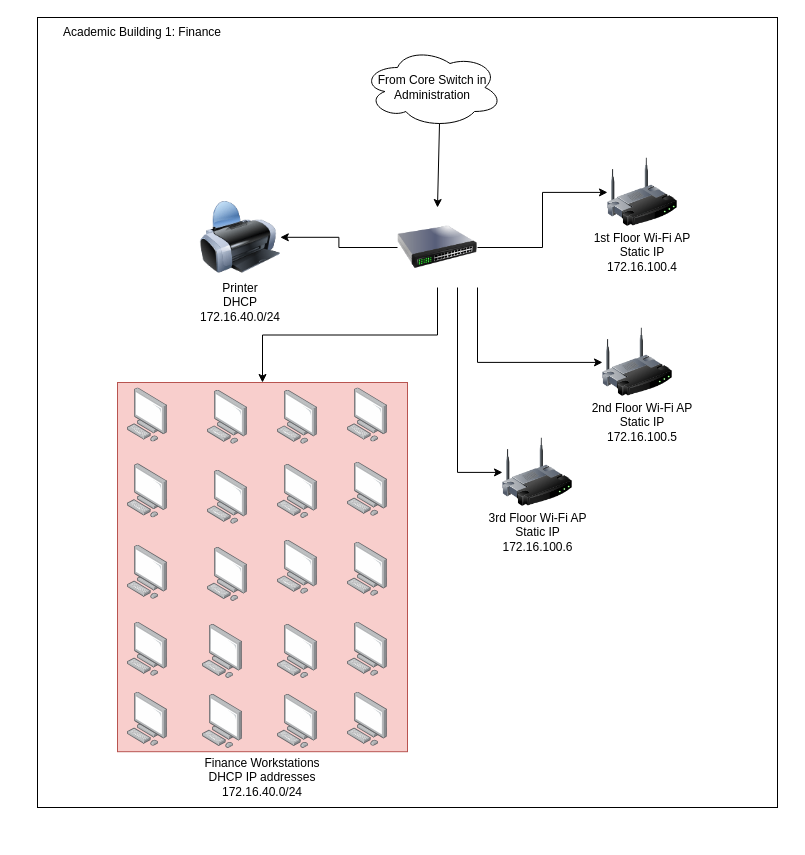
This is AcademicBldg2.drawio from rizzle197/Network-Diagrams, a draw.io file, before an edit. Source tidied: cells renumbered, new cells numbered last; positions are measured from the earlier drawing's top-left corner, leaving out a move shared by most shapes. Both pictures are drawn from the tidied source at 100%, with x=0, y=0 at pixel (17, 17).
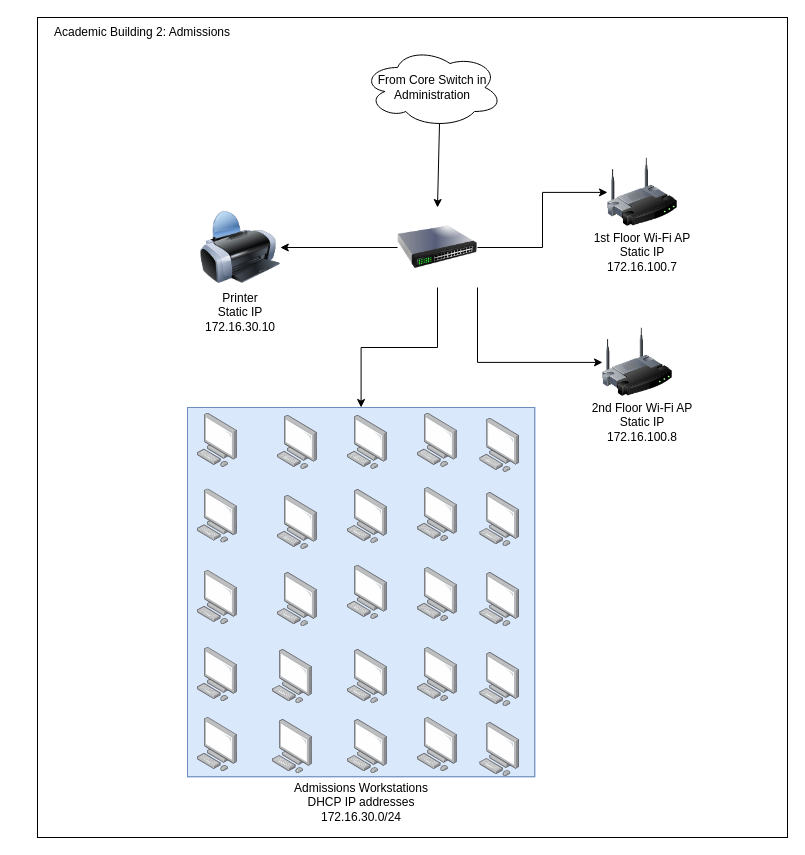
After the change.

The change refers to these unchanged cells:
```xml
<mxCell id="10" style="image;html=1;image=img/lib/clip_art/networking/Switch_128x128.png;" parent="1" vertex="1">
  <mxGeometry x="380" y="190" width="80" height="80" as="geometry" />
</mxCell>
```

Diff of the diagram source:
```diff
@@
-    <mxCell id="2" style="rounded=0;whiteSpace=wrap;html=1;" parent="1" vertex="1">
-      <mxGeometry x="20" width="740" height="790" as="geometry" />
-    </mxCell>
+    <mxCell id="43" style="rounded=0;whiteSpace=wrap;html=1;" parent="1" vertex="1">
+      <mxGeometry x="20" width="750" height="820" as="geometry" />
+    </mxCell>
-    <mxCell id="3" value="Academic Building 1: Finance" style="text;html=1;whiteSpace=wrap;strokeColor=none;fillColor=none;align=center;verticalAlign=middle;rounded=0;" parent="1" vertex="1">
+    <mxCell id="3" value="Academic Building 2: Admissions" style="text;html=1;whiteSpace=wrap;strokeColor=none;fillColor=none;align=center;verticalAlign=middle;rounded=0;" parent="1" vertex="1">
       <mxGeometry width="250" height="30" as="geometry" />
     </mxCell>
@@
-    <mxCell id="9" style="edgeStyle=orthogonalEdgeStyle;rounded=0;jettySize=auto;html=1;exitX=0.75;exitY=1;exitDx=0;exitDy=0;entryX=0;entryY=0.5;entryDx=0;entryDy=0;" parent="1" edge="1" source="10" target="41">
-      <mxGeometry relative="1" as="geometry" />
-    </mxCell>
@@
     <mxCell id="11" style="image;html=1;image=img/lib/clip_art/computers/Printer_128x128.png;" parent="1" vertex="1">
-      <mxGeometry x="182.8" y="179.8" width="80" height="80" as="geometry" />
+      <mxGeometry x="182.8" y="190" width="80" height="80" as="geometry" />
     </mxCell>
@@
-    <mxCell id="13" style="group;" parent="1" vertex="1">
-      <mxGeometry x="100" y="365" width="290" height="369.2" as="geometry" />
-    </mxCell>
+    <mxCell id="35" style="edgeStyle=orthogonalEdgeStyle;rounded=0;jettySize=auto;html=1;entryX=0.5;entryY=0;entryDx=0;entryDy=0;" parent="1" edge="1" source="10" target="14">
+      <mxGeometry relative="1" as="geometry" />
+    </mxCell>
+    <mxCell id="36" value="Admissions Workstations&lt;div&gt;DHCP IP addresses&lt;/div&gt;&lt;div&gt;172.16.30.0/24&lt;/div&gt;" style="text;html=1;whiteSpace=wrap;strokeColor=none;fillColor=none;align=center;verticalAlign=middle;rounded=0;" parent="1" vertex="1">
+      <mxGeometry x="198.6" y="759.2" width="290" height="50.8" as="geometry" />
+    </mxCell>
+    <mxCell id="37" value="Printer&lt;div&gt;Static IP&lt;/div&gt;&lt;div&gt;172.16.30.10&lt;/div&gt;" style="text;html=1;whiteSpace=wrap;strokeColor=none;fillColor=none;align=center;verticalAlign=middle;rounded=0;" parent="1" vertex="1">
+      <mxGeometry x="192.8" y="280.2" width="60" height="30" as="geometry" />
+    </mxCell>
+    <mxCell id="38" value="1st Floor Wi-Fi AP&lt;div&gt;Static IP&lt;/div&gt;&lt;div&gt;172.16.100.7&lt;/div&gt;" style="text;html=1;whiteSpace=wrap;strokeColor=none;fillColor=none;align=center;verticalAlign=middle;rounded=0;" parent="1" vertex="1">
+      <mxGeometry x="570" y="220" width="110" height="30" as="geometry" />
+    </mxCell>
+    <mxCell id="39" style="image;html=1;image=img/lib/clip_art/networking/Wireless_Router_128x128.png;" parent="1" vertex="1">
+      <mxGeometry x="585" y="310" width="70" height="69.8" as="geometry" />
+    </mxCell>
+    <mxCell id="40" value="2nd Floor Wi-Fi AP&lt;div&gt;Static IP&lt;/div&gt;&lt;div&gt;172.16.100.8&lt;/div&gt;" style="text;html=1;whiteSpace=wrap;strokeColor=none;fillColor=none;align=center;verticalAlign=middle;rounded=0;" parent="1" vertex="1">
+      <mxGeometry x="570" y="390" width="110" height="30" as="geometry" />
+    </mxCell>
+    <mxCell id="44" style="group;" parent="1" vertex="1">
+      <mxGeometry x="170" y="390" width="347.2" height="369.2" as="geometry" />
+    </mxCell>
+    <mxCell id="45" style="group;fillColor=#dae8fc;strokeColor=#6c8ebf;" parent="44" vertex="1">
+      <mxGeometry width="347.2" height="369.2" as="geometry" />
+    </mxCell>
-    <mxCell id="14" style="rounded=0;whiteSpace=wrap;html=1;fillColor=#f8cecc;strokeColor=#b85450;" parent="13" vertex="1">
-      <mxGeometry width="290" height="369.2" as="geometry" />
+    <mxCell id="14" style="rounded=0;whiteSpace=wrap;html=1;fillColor=#dae8fc;strokeColor=#6c8ebf;" parent="44" vertex="1">
+      <mxGeometry width="347.2" height="369.2" as="geometry" />
     </mxCell>
-    <mxCell id="15" style="image;html=1;align=center;shadow=0;dashed=0;image=img/lib/allied_telesis/computer_and_terminals/Personal_Computer.svg;" parent="13" vertex="1">
-      <mxGeometry x="160" y="311.7" width="40" height="54.2" as="geometry" />
+    <mxCell id="15" style="image;html=1;align=center;shadow=0;dashed=0;image=img/lib/allied_telesis/computer_and_terminals/Personal_Computer.svg;fillColor=#dae8fc;strokeColor=#6c8ebf;" parent="44" vertex="1">
+      <mxGeometry x="160" y="312" width="40" height="54.2" as="geometry" />
     </mxCell>
-    <mxCell id="16" style="image;html=1;align=center;shadow=0;dashed=0;image=img/lib/allied_telesis/computer_and_terminals/Personal_Computer.svg;" parent="13" vertex="1">
-      <mxGeometry x="160" y="157.5" width="40" height="54.2" as="geometry" />
+    <mxCell id="16" style="image;html=1;align=center;shadow=0;dashed=0;image=img/lib/allied_telesis/computer_and_terminals/Personal_Computer.svg;fillColor=#dae8fc;strokeColor=#6c8ebf;" parent="44" vertex="1">
+      <mxGeometry x="160" y="157.8" width="40" height="54.2" as="geometry" />
     </mxCell>
-    <mxCell id="17" style="image;html=1;align=center;shadow=0;dashed=0;image=img/lib/allied_telesis/computer_and_terminals/Personal_Computer.svg;" parent="13" vertex="1">
-      <mxGeometry x="230" y="79.6" width="40" height="54.2" as="geometry" />
+    <mxCell id="17" style="image;html=1;align=center;shadow=0;dashed=0;image=img/lib/allied_telesis/computer_and_terminals/Personal_Computer.svg;fillColor=#dae8fc;strokeColor=#6c8ebf;" parent="44" vertex="1">
+      <mxGeometry x="230" y="79.9" width="40" height="54.2" as="geometry" />
     </mxCell>
-    <mxCell id="18" style="image;html=1;align=center;shadow=0;dashed=0;image=img/lib/allied_telesis/computer_and_terminals/Personal_Computer.svg;" parent="13" vertex="1">
-      <mxGeometry x="230" y="159.6" width="40" height="54.2" as="geometry" />
+    <mxCell id="18" style="image;html=1;align=center;shadow=0;dashed=0;image=img/lib/allied_telesis/computer_and_terminals/Personal_Computer.svg;fillColor=#dae8fc;strokeColor=#6c8ebf;" parent="44" vertex="1">
+      <mxGeometry x="230" y="159.9" width="40" height="54.2" as="geometry" />
     </mxCell>
-    <mxCell id="19" style="image;html=1;align=center;shadow=0;dashed=0;image=img/lib/allied_telesis/computer_and_terminals/Personal_Computer.svg;" parent="13" vertex="1">
-      <mxGeometry x="160" y="241.7" width="40" height="54.2" as="geometry" />
+    <mxCell id="19" style="image;html=1;align=center;shadow=0;dashed=0;image=img/lib/allied_telesis/computer_and_terminals/Personal_Computer.svg;fillColor=#dae8fc;strokeColor=#6c8ebf;" parent="44" vertex="1">
+      <mxGeometry x="160" y="242" width="40" height="54.2" as="geometry" />
     </mxCell>
-    <mxCell id="20" style="image;html=1;align=center;shadow=0;dashed=0;image=img/lib/allied_telesis/computer_and_terminals/Personal_Computer.svg;" parent="13" vertex="1">
-      <mxGeometry x="230" y="309.6" width="40" height="54.2" as="geometry" />
+    <mxCell id="20" style="image;html=1;align=center;shadow=0;dashed=0;image=img/lib/allied_telesis/computer_and_terminals/Personal_Computer.svg;fillColor=#dae8fc;strokeColor=#6c8ebf;" parent="44" vertex="1">
+      <mxGeometry x="230" y="309.9" width="40" height="54.2" as="geometry" />
     </mxCell>
-    <mxCell id="21" style="image;html=1;align=center;shadow=0;dashed=0;image=img/lib/allied_telesis/computer_and_terminals/Personal_Computer.svg;" parent="13" vertex="1">
-      <mxGeometry x="230" y="239.6" width="40" height="54.2" as="geometry" />
+    <mxCell id="21" style="image;html=1;align=center;shadow=0;dashed=0;image=img/lib/allied_telesis/computer_and_terminals/Personal_Computer.svg;fillColor=#dae8fc;strokeColor=#6c8ebf;" parent="44" vertex="1">
+      <mxGeometry x="230" y="239.9" width="40" height="54.2" as="geometry" />
     </mxCell>
-    <mxCell id="22" style="image;html=1;align=center;shadow=0;dashed=0;image=img/lib/allied_telesis/computer_and_terminals/Personal_Computer.svg;" parent="13" vertex="1">
-      <mxGeometry x="160" y="81.7" width="40" height="54.2" as="geometry" />
+    <mxCell id="22" style="image;html=1;align=center;shadow=0;dashed=0;image=img/lib/allied_telesis/computer_and_terminals/Personal_Computer.svg;fillColor=#dae8fc;strokeColor=#6c8ebf;" parent="44" vertex="1">
+      <mxGeometry x="160" y="82" width="40" height="54.2" as="geometry" />
     </mxCell>
-    <mxCell id="23" style="image;html=1;align=center;shadow=0;dashed=0;image=img/lib/allied_telesis/computer_and_terminals/Personal_Computer.svg;" parent="13" vertex="1">
-      <mxGeometry x="230" y="5.4" width="40" height="54.2" as="geometry" />
+    <mxCell id="23" style="image;html=1;align=center;shadow=0;dashed=0;image=img/lib/allied_telesis/computer_and_terminals/Personal_Computer.svg;fillColor=#dae8fc;strokeColor=#6c8ebf;" parent="44" vertex="1">
+      <mxGeometry x="230" y="5.7" width="40" height="54.2" as="geometry" />
     </mxCell>
-    <mxCell id="24" style="image;html=1;align=center;shadow=0;dashed=0;image=img/lib/allied_telesis/computer_and_terminals/Personal_Computer.svg;" parent="13" vertex="1">
-      <mxGeometry x="160" y="7.5" width="40" height="54.2" as="geometry" />
+    <mxCell id="24" style="image;html=1;align=center;shadow=0;dashed=0;image=img/lib/allied_telesis/computer_and_terminals/Personal_Computer.svg;fillColor=#dae8fc;strokeColor=#6c8ebf;" parent="44" vertex="1">
+      <mxGeometry x="160" y="7.8" width="40" height="54.2" as="geometry" />
     </mxCell>
-    <mxCell id="25" style="image;html=1;align=center;shadow=0;dashed=0;image=img/lib/allied_telesis/computer_and_terminals/Personal_Computer.svg;" parent="13" vertex="1">
-      <mxGeometry x="10" y="81.2" width="40" height="54.2" as="geometry" />
+    <mxCell id="25" style="image;html=1;align=center;shadow=0;dashed=0;image=img/lib/allied_telesis/computer_and_terminals/Personal_Computer.svg;fillColor=#dae8fc;strokeColor=#6c8ebf;" parent="44" vertex="1">
+      <mxGeometry x="10" y="81.4" width="40" height="54.2" as="geometry" />
     </mxCell>
-    <mxCell id="26" style="image;html=1;align=center;shadow=0;dashed=0;image=img/lib/allied_telesis/computer_and_terminals/Personal_Computer.svg;" parent="13" vertex="1">
-      <mxGeometry x="90" y="7.5" width="40" height="54.2" as="geometry" />
+    <mxCell id="26" style="image;html=1;align=center;shadow=0;dashed=0;image=img/lib/allied_telesis/computer_and_terminals/Personal_Computer.svg;fillColor=#dae8fc;strokeColor=#6c8ebf;" parent="44" vertex="1">
+      <mxGeometry x="90" y="7.8" width="40" height="54.2" as="geometry" />
     </mxCell>
-    <mxCell id="27" style="image;html=1;align=center;shadow=0;dashed=0;image=img/lib/allied_telesis/computer_and_terminals/Personal_Computer.svg;" parent="13" vertex="1">
-      <mxGeometry x="90" y="87.5" width="40" height="54.2" as="geometry" />
+    <mxCell id="27" style="image;html=1;align=center;shadow=0;dashed=0;image=img/lib/allied_telesis/computer_and_terminals/Personal_Computer.svg;fillColor=#dae8fc;strokeColor=#6c8ebf;" parent="44" vertex="1">
+      <mxGeometry x="90" y="87.8" width="40" height="54.2" as="geometry" />
     </mxCell>
-    <mxCell id="28" style="image;html=1;align=center;shadow=0;dashed=0;image=img/lib/allied_telesis/computer_and_terminals/Personal_Computer.svg;" parent="13" vertex="1">
-      <mxGeometry x="10" y="162.6" width="40" height="54.2" as="geometry" />
+    <mxCell id="28" style="image;html=1;align=center;shadow=0;dashed=0;image=img/lib/allied_telesis/computer_and_terminals/Personal_Computer.svg;fillColor=#dae8fc;strokeColor=#6c8ebf;" parent="44" vertex="1">
+      <mxGeometry x="10" y="162.9" width="40" height="54.2" as="geometry" />
     </mxCell>
-    <mxCell id="29" style="image;html=1;align=center;shadow=0;dashed=0;image=img/lib/allied_telesis/computer_and_terminals/Personal_Computer.svg;" parent="13" vertex="1">
-      <mxGeometry x="90" y="164.7" width="40" height="54.2" as="geometry" />
+    <mxCell id="29" style="image;html=1;align=center;shadow=0;dashed=0;image=img/lib/allied_telesis/computer_and_terminals/Personal_Computer.svg;fillColor=#dae8fc;strokeColor=#6c8ebf;" parent="44" vertex="1">
+      <mxGeometry x="90" y="165" width="40" height="54.2" as="geometry" />
     </mxCell>
-    <mxCell id="30" style="image;html=1;align=center;shadow=0;dashed=0;image=img/lib/allied_telesis/computer_and_terminals/Personal_Computer.svg;" parent="13" vertex="1">
-      <mxGeometry x="10" y="5.4" width="40" height="54.2" as="geometry" />
+    <mxCell id="30" style="image;html=1;align=center;shadow=0;dashed=0;image=img/lib/allied_telesis/computer_and_terminals/Personal_Computer.svg;fillColor=#dae8fc;strokeColor=#6c8ebf;" parent="44" vertex="1">
+      <mxGeometry x="10" y="5.7" width="40" height="54.2" as="geometry" />
     </mxCell>
-    <mxCell id="31" style="image;html=1;align=center;shadow=0;dashed=0;image=img/lib/allied_telesis/computer_and_terminals/Personal_Computer.svg;" parent="13" vertex="1">
-      <mxGeometry x="10" y="239.6" width="40" height="54.2" as="geometry" />
+    <mxCell id="31" style="image;html=1;align=center;shadow=0;dashed=0;image=img/lib/allied_telesis/computer_and_terminals/Personal_Computer.svg;fillColor=#dae8fc;strokeColor=#6c8ebf;" parent="44" vertex="1">
+      <mxGeometry x="10" y="239.9" width="40" height="54.2" as="geometry" />
     </mxCell>
-    <mxCell id="32" style="image;html=1;align=center;shadow=0;dashed=0;image=img/lib/allied_telesis/computer_and_terminals/Personal_Computer.svg;" parent="13" vertex="1">
-      <mxGeometry x="85" y="241.7" width="40" height="54.2" as="geometry" />
+    <mxCell id="32" style="image;html=1;align=center;shadow=0;dashed=0;image=img/lib/allied_telesis/computer_and_terminals/Personal_Computer.svg;fillColor=#dae8fc;strokeColor=#6c8ebf;" parent="44" vertex="1">
+      <mxGeometry x="85" y="242" width="40" height="54.2" as="geometry" />
     </mxCell>
-    <mxCell id="33" style="image;html=1;align=center;shadow=0;dashed=0;image=img/lib/allied_telesis/computer_and_terminals/Personal_Computer.svg;" parent="13" vertex="1">
-      <mxGeometry x="85" y="311.7" width="40" height="54.2" as="geometry" />
+    <mxCell id="33" style="image;html=1;align=center;shadow=0;dashed=0;image=img/lib/allied_telesis/computer_and_terminals/Personal_Computer.svg;fillColor=#dae8fc;strokeColor=#6c8ebf;" parent="44" vertex="1">
+      <mxGeometry x="85" y="312" width="40" height="54.2" as="geometry" />
     </mxCell>
-    <mxCell id="34" style="image;html=1;align=center;shadow=0;dashed=0;image=img/lib/allied_telesis/computer_and_terminals/Personal_Computer.svg;" parent="13" vertex="1">
-      <mxGeometry x="10" y="309.6" width="40" height="54.2" as="geometry" />
+    <mxCell id="34" style="image;html=1;align=center;shadow=0;dashed=0;image=img/lib/allied_telesis/computer_and_terminals/Personal_Computer.svg;fillColor=#dae8fc;strokeColor=#6c8ebf;" parent="44" vertex="1">
+      <mxGeometry x="10" y="309.9" width="40" height="54.2" as="geometry" />
     </mxCell>
-    <mxCell id="35" style="edgeStyle=orthogonalEdgeStyle;rounded=0;jettySize=auto;html=1;entryX=0.5;entryY=0;entryDx=0;entryDy=0;" parent="1" edge="1" source="10" target="14">
-      <mxGeometry relative="1" as="geometry" />
-    </mxCell>
-    <mxCell id="36" value="Finance Workstations&lt;div&gt;DHCP IP addresses&lt;/div&gt;&lt;div&gt;172.16.40.0/24&lt;/div&gt;" style="text;html=1;whiteSpace=wrap;strokeColor=none;fillColor=none;align=center;verticalAlign=middle;rounded=0;" parent="1" vertex="1">
-      <mxGeometry x="100" y="740" width="290" height="40" as="geometry" />
-    </mxCell>
-    <mxCell id="37" value="Printer&lt;div&gt;DHCP&lt;/div&gt;&lt;div&gt;172.16.40.0/24&lt;/div&gt;" style="text;html=1;whiteSpace=wrap;strokeColor=none;fillColor=none;align=center;verticalAlign=middle;rounded=0;" parent="1" vertex="1">
-      <mxGeometry x="192.8" y="270" width="60" height="30" as="geometry" />
-    </mxCell>
-    <mxCell id="38" value="1st Floor Wi-Fi AP&lt;div&gt;Static IP&lt;/div&gt;&lt;div&gt;172.16.100.4&lt;/div&gt;" style="text;html=1;whiteSpace=wrap;strokeColor=none;fillColor=none;align=center;verticalAlign=middle;rounded=0;" parent="1" vertex="1">
-      <mxGeometry x="570" y="220" width="110" height="30" as="geometry" />
-    </mxCell>
-    <mxCell id="39" style="image;html=1;image=img/lib/clip_art/networking/Wireless_Router_128x128.png;" parent="1" vertex="1">
-      <mxGeometry x="585" y="310" width="70" height="69.8" as="geometry" />
-    </mxCell>
-    <mxCell id="40" value="2nd Floor Wi-Fi AP&lt;div&gt;Static IP&lt;/div&gt;&lt;div&gt;172.16.100.5&lt;/div&gt;" style="text;html=1;whiteSpace=wrap;strokeColor=none;fillColor=none;align=center;verticalAlign=middle;rounded=0;" parent="1" vertex="1">
-      <mxGeometry x="570" y="390" width="110" height="30" as="geometry" />
-    </mxCell>
-    <mxCell id="41" style="image;html=1;image=img/lib/clip_art/networking/Wireless_Router_128x128.png;" parent="1" vertex="1">
-      <mxGeometry x="485" y="420" width="70" height="69.8" as="geometry" />
-    </mxCell>
-    <mxCell id="42" value="3rd Floor Wi-Fi AP&lt;div&gt;Static IP&lt;/div&gt;&lt;div&gt;172.16.100.6&lt;/div&gt;" style="text;html=1;whiteSpace=wrap;strokeColor=none;fillColor=none;align=center;verticalAlign=middle;rounded=0;" parent="1" vertex="1">
-      <mxGeometry x="467.5" y="500" width="105" height="30" as="geometry" />
-    </mxCell>
+    <mxCell id="46" style="image;html=1;align=center;shadow=0;dashed=0;image=img/lib/allied_telesis/computer_and_terminals/Personal_Computer.svg;fillColor=#dae8fc;strokeColor=#6c8ebf;" parent="44" vertex="1">
+      <mxGeometry x="292.2" y="85" width="40" height="54.2" as="geometry" />
+    </mxCell>
+    <mxCell id="47" style="image;html=1;align=center;shadow=0;dashed=0;image=img/lib/allied_telesis/computer_and_terminals/Personal_Computer.svg;fillColor=#dae8fc;strokeColor=#6c8ebf;" parent="44" vertex="1">
+      <mxGeometry x="292.2" y="165" width="40" height="54.2" as="geometry" />
+    </mxCell>
+    <mxCell id="48" style="image;html=1;align=center;shadow=0;dashed=0;image=img/lib/allied_telesis/computer_and_terminals/Personal_Computer.svg;fillColor=#dae8fc;strokeColor=#6c8ebf;" parent="44" vertex="1">
+      <mxGeometry x="292.2" y="315" width="40" height="54.2" as="geometry" />
+    </mxCell>
+    <mxCell id="49" style="image;html=1;align=center;shadow=0;dashed=0;image=img/lib/allied_telesis/computer_and_terminals/Personal_Computer.svg;fillColor=#dae8fc;strokeColor=#6c8ebf;" parent="44" vertex="1">
+      <mxGeometry x="292.2" y="245" width="40" height="54.2" as="geometry" />
+    </mxCell>
+    <mxCell id="50" style="image;html=1;align=center;shadow=0;dashed=0;image=img/lib/allied_telesis/computer_and_terminals/Personal_Computer.svg;fillColor=#dae8fc;strokeColor=#6c8ebf;" parent="44" vertex="1">
+      <mxGeometry x="292.2" y="10.8" width="40" height="54.2" as="geometry" />
+    </mxCell>
```
